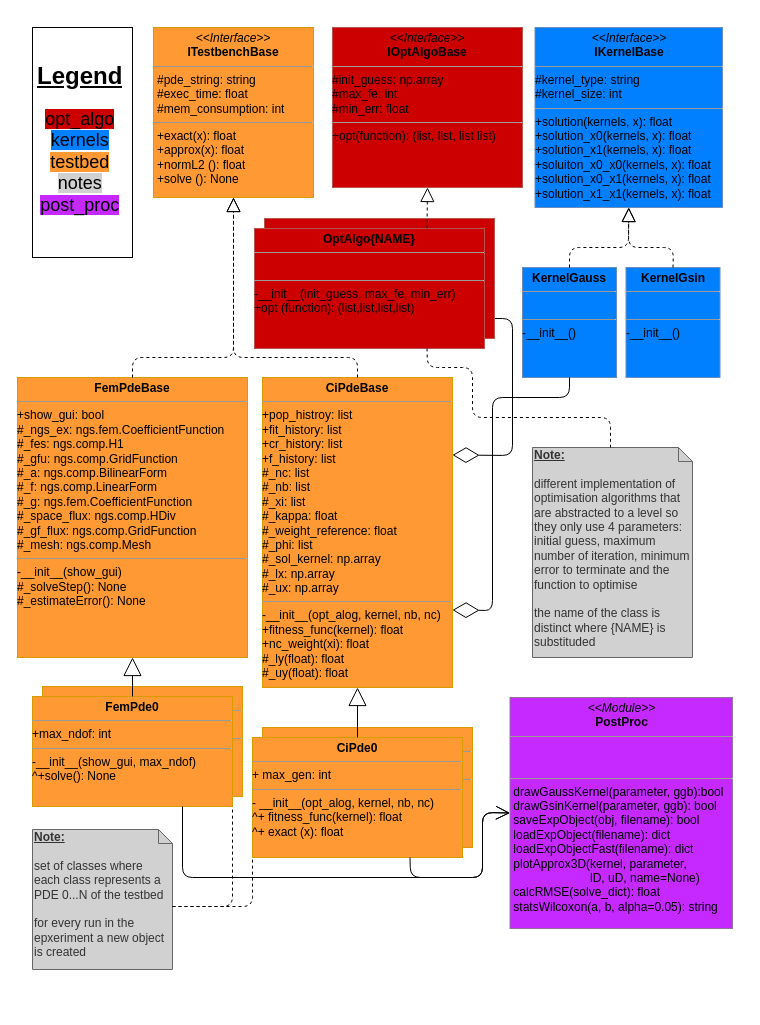
The draw.io diagram code/uml_diag/testbench_uml_class.drawio in nicolai-schwartze/Masterthesis, before the edit. Source tidied: cells renumbered, new cells numbered last; positions are measured from the earlier drawing's top-left corner, leaving out a move shared by most shapes. Both pictures are drawn from the tidied source at 100%, with x=0, y=0 at pixel (17, 27).
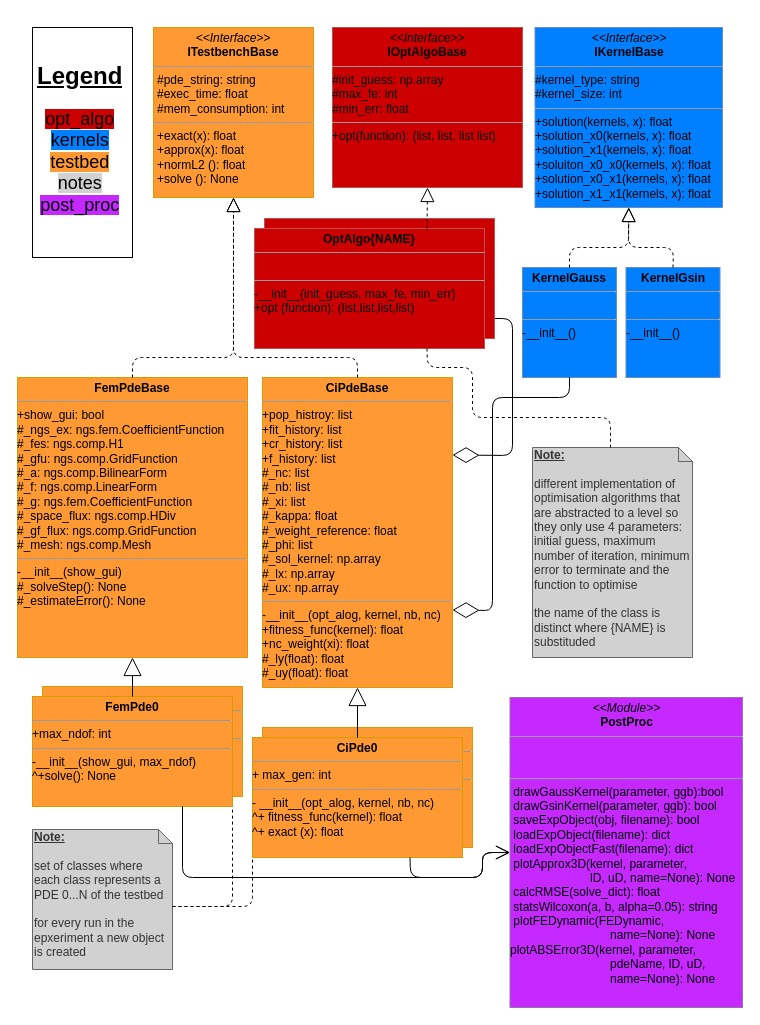
The same page after the edit.

Unchanged cells that the change refers to:
```xml
<mxCell id="13" value="&lt;p style=&quot;margin: 0px ; margin-top: 4px ; text-align: center&quot;&gt;&lt;b&gt;FemPde0&lt;/b&gt;&lt;br&gt;&lt;/p&gt;&lt;hr size=&quot;1&quot;&gt;&lt;div&gt;+max_ndof: int&lt;br&gt;&lt;/div&gt;&lt;hr size=&quot;1&quot;&gt;&lt;div&gt;-__init__(show_gui, max_ndof)&lt;/div&gt;&lt;div&gt;^+solve(): None&lt;/div&gt;" style="verticalAlign=top;align=left;overflow=fill;fontSize=12;fontFamily=Helvetica;html=1;fillColor=#FF9933;strokeColor=#d79b00;" parent="1" vertex="1">
  <mxGeometry x="15" y="669" width="200" height="110" as="geometry" />
</mxCell>
<mxCell id="15" value="&lt;p style=&quot;margin: 0px ; margin-top: 4px ; text-align: center&quot;&gt;&lt;b&gt;CiPde0&lt;/b&gt;&lt;br&gt;&lt;/p&gt;&lt;hr size=&quot;1&quot;&gt;&lt;div&gt;+ max_gen: int&lt;br&gt;&lt;/div&gt;&lt;hr size=&quot;1&quot;&gt;&lt;div&gt;- __init__(opt_alog, kernel, nb, nc)&lt;/div&gt;&lt;div&gt;^+ fitness_func(kernel): float&lt;br&gt;&lt;/div&gt;&lt;div&gt;^+ exact (x): float&lt;br&gt;&lt;/div&gt;&lt;div&gt;&lt;br&gt;&lt;/div&gt;" style="verticalAlign=top;align=left;overflow=fill;fontSize=12;fontFamily=Helvetica;html=1;fillColor=#FF9933;strokeColor=#d79b00;" parent="1" vertex="1">
  <mxGeometry x="235" y="710" width="210" height="120" as="geometry" />
</mxCell>
```

What changed in the source:
```diff
@@
     <mxCell id="27" style="endArrow=open;endFill=1;endSize=12;html=1;exitX=0.75;exitY=1;exitDx=0;exitDy=0;entryX=0;entryY=0.5;entryDx=0;entryDy=0;" parent="1" edge="1" source="15" target="29">
       <mxGeometry relative="1" as="geometry">
         <Array as="points">
           <mxPoint x="393" y="850" />
           <mxPoint x="465" y="850" />
-          <mxPoint x="465" y="785" />
+          <mxPoint x="465" y="825" />
         </Array>
       </mxGeometry>
     </mxCell>
     <mxCell id="28" style="endArrow=open;endFill=1;endSize=12;html=1;exitX=0.75;exitY=1;exitDx=0;exitDy=0;entryX=0;entryY=0.5;entryDx=0;entryDy=0;" parent="1" edge="1" source="13" target="29">
       <mxGeometry relative="1" as="geometry">
         <Array as="points">
           <mxPoint x="165" y="850" />
           <mxPoint x="465" y="850" />
-          <mxPoint x="465" y="785" />
+          <mxPoint x="465" y="825" />
         </Array>
       </mxGeometry>
     </mxCell>
-    <mxCell id="29" value="&lt;p style=&quot;margin: 0px ; margin-top: 4px ; text-align: center&quot;&gt;&lt;i&gt;&amp;lt;&amp;lt;Module&amp;gt;&amp;gt;&lt;/i&gt;&lt;br&gt;&lt;b&gt;PostProc&lt;/b&gt;&lt;/p&gt;&lt;hr size=&quot;1&quot;&gt;&lt;p style=&quot;margin: 0px ; margin-left: 4px&quot;&gt;&lt;br&gt;&lt;/p&gt;&lt;p style=&quot;margin: 0px ; margin-left: 4px&quot;&gt;&lt;br&gt;&lt;/p&gt;&lt;hr size=&quot;1&quot;&gt;&lt;div&gt;&amp;nbsp;drawGaussKernel(parameter, ggb):bool&lt;/div&gt;&lt;div&gt;&amp;nbsp;drawGsinKernel(parameter, ggb): bool&lt;/div&gt;&lt;div&gt;&amp;nbsp;saveExpObject(obj, filename): bool&lt;/div&gt;&lt;div&gt;&amp;nbsp;loadExpObject(filename): dict&lt;/div&gt;&lt;div&gt;&amp;nbsp;loadExpObjectFast(filename): dict &lt;br&gt;&lt;/div&gt;&lt;div&gt;&amp;nbsp;plotApprox3D(kernel, parameter, &lt;br&gt;&amp;nbsp;&amp;nbsp;&amp;nbsp;&amp;nbsp;&amp;nbsp;&amp;nbsp;&amp;nbsp;&amp;nbsp;&amp;nbsp;&amp;nbsp;&amp;nbsp;&amp;nbsp;&amp;nbsp;&amp;nbsp;&amp;nbsp;&amp;nbsp;&amp;nbsp;&amp;nbsp;&amp;nbsp;&amp;nbsp;&amp;nbsp;&amp;nbsp;&amp;nbsp; lD, uD, name=None)&lt;/div&gt;&lt;div&gt;&amp;nbsp;calcRMSE(solve_dict): float&lt;/div&gt;&lt;div&gt;&amp;nbsp;statsWilcoxon(a, b, alpha=0.05): string&lt;br&gt;&lt;/div&gt;&lt;div&gt;&lt;br&gt;&lt;/div&gt;" style="verticalAlign=top;align=left;overflow=fill;fontSize=12;fontFamily=Helvetica;html=1;fillColor=#C629FF;strokeColor=#9673a6;" parent="1" vertex="1">
-      <mxGeometry x="492.5" y="670" width="222.5" height="231" as="geometry" />
+    <mxCell id="29" value="&lt;p style=&quot;margin: 0px ; margin-top: 4px ; text-align: center&quot;&gt;&lt;i&gt;&amp;lt;&amp;lt;Module&amp;gt;&amp;gt;&lt;/i&gt;&lt;br&gt;&lt;b&gt;PostProc&lt;/b&gt;&lt;/p&gt;&lt;hr size=&quot;1&quot;&gt;&lt;p style=&quot;margin: 0px ; margin-left: 4px&quot;&gt;&lt;br&gt;&lt;/p&gt;&lt;p style=&quot;margin: 0px ; margin-left: 4px&quot;&gt;&lt;br&gt;&lt;/p&gt;&lt;hr size=&quot;1&quot;&gt;&lt;div&gt;&amp;nbsp;drawGaussKernel(parameter, ggb):bool&lt;/div&gt;&lt;div&gt;&amp;nbsp;drawGsinKernel(parameter, ggb): bool&lt;/div&gt;&lt;div&gt;&amp;nbsp;saveExpObject(obj, filename): bool&lt;/div&gt;&lt;div&gt;&amp;nbsp;loadExpObject(filename): dict&lt;/div&gt;&lt;div&gt;&amp;nbsp;loadExpObjectFast(filename): dict &lt;br&gt;&lt;/div&gt;&lt;div&gt;&amp;nbsp;plotApprox3D(kernel, parameter, &lt;br&gt;&amp;nbsp;&amp;nbsp;&amp;nbsp;&amp;nbsp;&amp;nbsp;&amp;nbsp;&amp;nbsp;&amp;nbsp;&amp;nbsp;&amp;nbsp;&amp;nbsp;&amp;nbsp;&amp;nbsp;&amp;nbsp;&amp;nbsp;&amp;nbsp;&amp;nbsp;&amp;nbsp;&amp;nbsp;&amp;nbsp;&amp;nbsp;&amp;nbsp;&amp;nbsp; lD, uD, name=None): None&lt;br&gt;&lt;/div&gt;&lt;div&gt;&amp;nbsp;calcRMSE(solve_dict): float&lt;/div&gt;&lt;div&gt;&amp;nbsp;statsWilcoxon(a, b, alpha=0.05): string&lt;/div&gt;&lt;div&gt;&amp;nbsp;plotFEDynamic(FEDynamic, &lt;br&gt;&lt;/div&gt;&lt;div&gt;&amp;nbsp;&amp;nbsp; &amp;nbsp;&amp;nbsp;&amp;nbsp;&amp;nbsp;&amp;nbsp;&amp;nbsp;&amp;nbsp;&amp;nbsp;&amp;nbsp;&amp;nbsp;&amp;nbsp;&amp;nbsp;&amp;nbsp;&amp;nbsp;&amp;nbsp;&amp;nbsp;&amp;nbsp;&amp;nbsp;&amp;nbsp;&amp;nbsp;&amp;nbsp;&amp;nbsp;&amp;nbsp;&amp;nbsp;&amp;nbsp;&amp;nbsp; name=None): None&lt;/div&gt;&lt;div&gt;plotABSError3D(kernel, parameter, &lt;br&gt;&lt;/div&gt;&lt;div&gt;&amp;nbsp;&amp;nbsp;&amp;nbsp;&amp;nbsp;&amp;nbsp;&amp;nbsp;&amp;nbsp;&amp;nbsp;&amp;nbsp;&amp;nbsp;&amp;nbsp;&amp;nbsp;&amp;nbsp;&amp;nbsp;&amp;nbsp;&amp;nbsp;&amp;nbsp;&amp;nbsp;&amp;nbsp;&amp;nbsp;&amp;nbsp;&amp;nbsp;&amp;nbsp;&amp;nbsp;&amp;nbsp;&amp;nbsp;&amp;nbsp;&amp;nbsp;&amp;nbsp; pdeName, lD, uD, &lt;br&gt;&lt;/div&gt;&lt;div&gt;&amp;nbsp;&amp;nbsp;&amp;nbsp;&amp;nbsp;&amp;nbsp;&amp;nbsp;&amp;nbsp;&amp;nbsp;&amp;nbsp;&amp;nbsp;&amp;nbsp;&amp;nbsp;&amp;nbsp;&amp;nbsp;&amp;nbsp;&amp;nbsp;&amp;nbsp;&amp;nbsp;&amp;nbsp;&amp;nbsp;&amp;nbsp;&amp;nbsp;&amp;nbsp;&amp;nbsp;&amp;nbsp;&amp;nbsp;&amp;nbsp;&amp;nbsp;&amp;nbsp; name=None): None&lt;br&gt;&lt;/div&gt;&lt;div&gt;&lt;br&gt;&lt;/div&gt;" style="verticalAlign=top;align=left;overflow=fill;fontSize=12;fontFamily=Helvetica;html=1;fillColor=#C629FF;strokeColor=#9673a6;" parent="1" vertex="1">
+      <mxGeometry x="492.5" y="670" width="232.5" height="310" as="geometry" />
     </mxCell>
```
